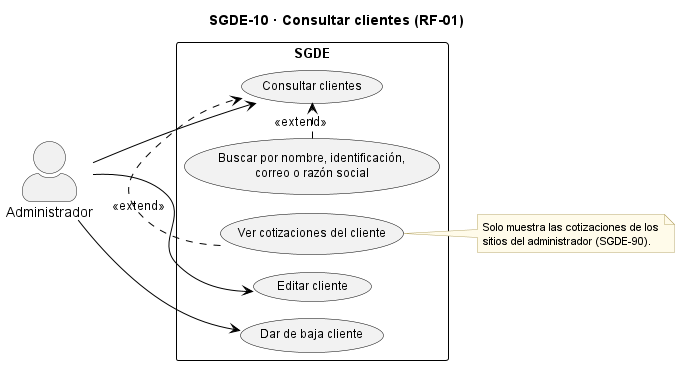
This is docs/casos_uso_sgde/SGDE-10_Consultar_clientes.png from AndreCamx2/Gestion-De-Eventos, a PlantUML export, as it was before one commit. Source of this version:
```plantuml
@startuml SGDE-10_Consultar_clientes
!pragma layout smetana
left to right direction
skinparam backgroundColor white
skinparam usecase {
  BackgroundColor #F2F2F2
  BorderColor black
  FontSize 12
}
skinparam rectangle {
  BorderColor black
  FontSize 13
  FontStyle bold
}
skinparam note {
  BackgroundColor #FFFBEA
  BorderColor #B8A86B
  FontSize 11
}
skinparam ArrowColor black
skinparam actorStyle awesome
title SGDE-10 · Consultar clientes (RF-01)

actor "Administrador" as AD

rectangle "SGDE" {
  usecase "Consultar clientes" as UC1
  usecase "Buscar por nombre, identificación,\ncorreo o razón social" as UC2
  usecase "Ver cotizaciones del cliente" as UC3
  usecase "Editar cliente" as UC4
  usecase "Dar de baja cliente" as UC5
}

AD --> UC1
AD --> UC4
AD --> UC5
UC2 .> UC1 : <<extend>>
UC3 .> UC1 : <<extend>>

note right of UC3
  Solo muestra las cotizaciones de los
  sitios del administrador (SGDE-90).
end note
@enduml
```
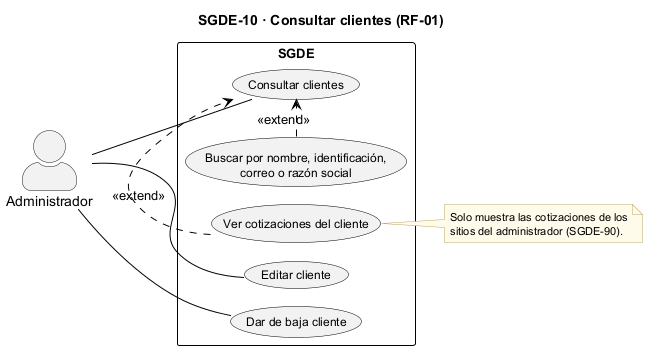
The same diagram one commit later.

What changed in the source:
```diff
@@ -31,9 +31,9 @@
   usecase "Dar de baja cliente" as UC5
 }
 
-AD --> UC1
-AD --> UC4
-AD --> UC5
+AD -- UC1
+AD -- UC4
+AD -- UC5
 UC2 .> UC1 : <<extend>>
 UC3 .> UC1 : <<extend>>
 
```
